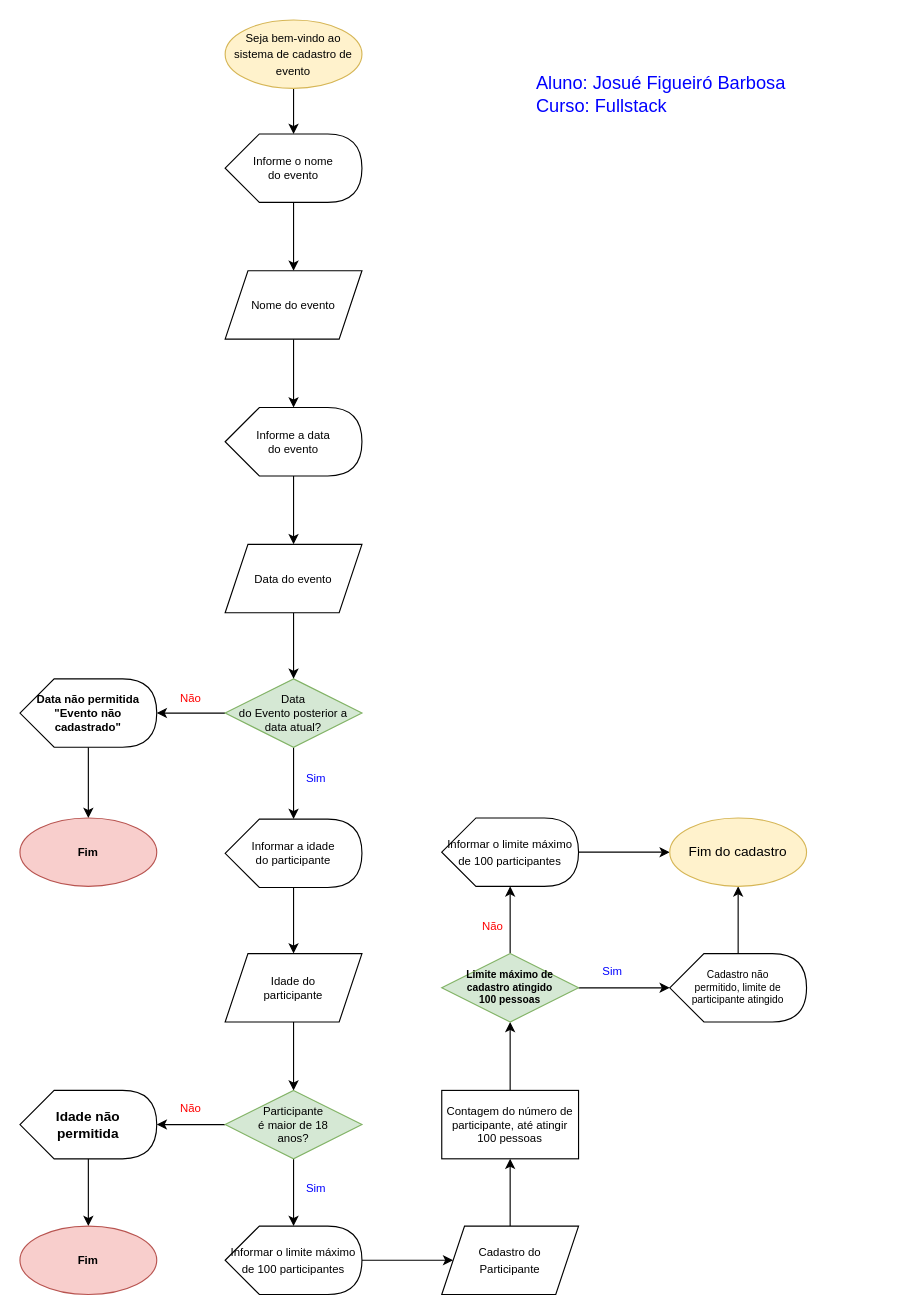
Before: Untitled Diagram.drawio in BarbosaJosue/senai-versoes-colaboracoes, a draw.io diagram. Source tidied: cells renumbered, new cells numbered last; positions are measured from the earlier drawing's top-left corner, leaving out a move shared by most shapes. Both pictures are drawn from the tidied source at 114%, with x=0, y=0 at pixel (19, 19).
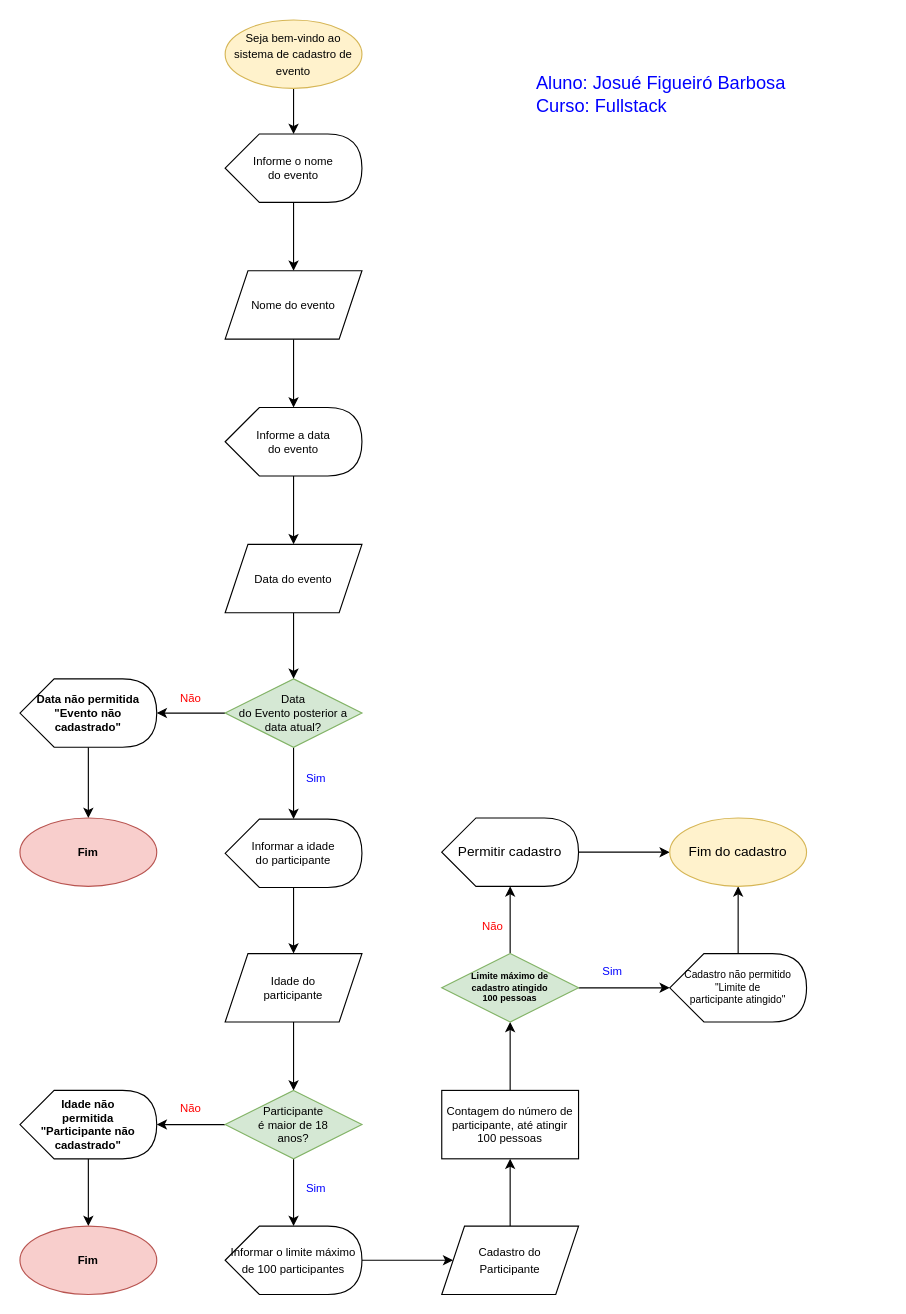
The same page after the edit.

Commit message:
Fluxograma de Cadatro de Eventos.drawio

What changed in the source:
```diff
@@
-    <mxCell id="25" value="&lt;div style=&quot;font-size: 9px&quot; align=&quot;center&quot;&gt;&lt;font style=&quot;font-size: 9px&quot;&gt;Cadastro não &lt;br&gt;&lt;/font&gt;&lt;/div&gt;&lt;div style=&quot;font-size: 9px&quot; align=&quot;center&quot;&gt;&lt;font style=&quot;font-size: 9px&quot;&gt;permitido, limite de&lt;/font&gt;&lt;/div&gt;&lt;div style=&quot;font-size: 9px&quot; align=&quot;center&quot;&gt;&lt;font style=&quot;font-size: 9px&quot;&gt;participante atingido&lt;/font&gt;&lt;/div&gt;" style="shape=display;whiteSpace=wrap;html=1;align=center;" parent="1" vertex="1">
+    <mxCell id="25" value="&lt;div style=&quot;font-size: 9px&quot; align=&quot;center&quot;&gt;&lt;font style=&quot;font-size: 9px&quot;&gt;Cadastro não permitido&lt;/font&gt;&lt;/div&gt;&lt;div style=&quot;font-size: 9px&quot; align=&quot;center&quot;&gt;&lt;font style=&quot;font-size: 9px&quot;&gt;&quot;Limite de&lt;/font&gt;&lt;/div&gt;&lt;div style=&quot;font-size: 9px&quot; align=&quot;center&quot;&gt;&lt;font style=&quot;font-size: 9px&quot;&gt;participante atingido&quot;&lt;/font&gt;&lt;/div&gt;" style="shape=display;whiteSpace=wrap;html=1;align=center;" parent="1" vertex="1">
       <mxGeometry x="570" y="819" width="120" height="60" as="geometry" />
     </mxCell>
@@
-    <mxCell id="32" value="&lt;div&gt;&lt;b&gt;Idade não&lt;/b&gt;&lt;/div&gt;&lt;div&gt;&lt;b&gt;permitida&lt;br&gt;&lt;/b&gt;&lt;/div&gt;" style="shape=display;whiteSpace=wrap;html=1;" parent="1" vertex="1">
+    <mxCell id="32" value="&lt;div style=&quot;font-size: 10px&quot;&gt;&lt;font style=&quot;font-size: 10px&quot;&gt;&lt;b&gt;Idade não&lt;/b&gt;&lt;/font&gt;&lt;/div&gt;&lt;div style=&quot;font-size: 10px&quot;&gt;&lt;font style=&quot;font-size: 10px&quot;&gt;&lt;b&gt;permitida&lt;/b&gt;&lt;/font&gt;&lt;/div&gt;&lt;div style=&quot;font-size: 10px&quot;&gt;&lt;font style=&quot;font-size: 10px&quot;&gt;&lt;b&gt;&quot;Participante não cadastrado&quot;&lt;br&gt;&lt;/b&gt;&lt;/font&gt;&lt;/div&gt;" style="shape=display;whiteSpace=wrap;html=1;" parent="1" vertex="1">
       <mxGeometry y="939" width="120" height="60" as="geometry" />
     </mxCell>
@@
-    <mxCell id="42" value="&lt;div style=&quot;font-size: 9px&quot;&gt;&lt;font style=&quot;font-size: 9px&quot;&gt;&lt;b&gt;&lt;font style=&quot;font-size: 9px&quot;&gt;Limite máximo de &lt;br&gt;&lt;/font&gt;&lt;/b&gt;&lt;/font&gt;&lt;/div&gt;&lt;div style=&quot;font-size: 9px&quot;&gt;&lt;font style=&quot;font-size: 9px&quot;&gt;&lt;b&gt;&lt;font style=&quot;font-size: 9px&quot;&gt;cadastro atingido&lt;/font&gt;&lt;/b&gt;&lt;/font&gt;&lt;/div&gt;&lt;div style=&quot;font-size: 9px&quot;&gt;&lt;font style=&quot;font-size: 9px&quot;&gt;&lt;b&gt;&lt;font style=&quot;font-size: 9px&quot;&gt;100 pessoas&lt;br&gt;&lt;/font&gt;&lt;/b&gt;&lt;/font&gt;&lt;/div&gt;" style="rhombus;whiteSpace=wrap;html=1;fillColor=#d5e8d4;strokeColor=#82b366;" parent="1" vertex="1">
+    <mxCell id="42" value="&lt;div style=&quot;font-size: 8px&quot;&gt;&lt;font style=&quot;font-size: 8px&quot;&gt;&lt;b&gt;&lt;font style=&quot;font-size: 8px&quot;&gt;Limite máximo de &lt;br&gt;&lt;/font&gt;&lt;/b&gt;&lt;/font&gt;&lt;/div&gt;&lt;div style=&quot;font-size: 8px&quot;&gt;&lt;font style=&quot;font-size: 8px&quot;&gt;&lt;b&gt;&lt;font style=&quot;font-size: 8px&quot;&gt;cadastro atingido&lt;/font&gt;&lt;/b&gt;&lt;/font&gt;&lt;/div&gt;&lt;div style=&quot;font-size: 8px&quot;&gt;&lt;font style=&quot;font-size: 8px&quot;&gt;&lt;b&gt;&lt;font style=&quot;font-size: 8px&quot;&gt;100 pessoas&lt;br&gt;&lt;/font&gt;&lt;/b&gt;&lt;/font&gt;&lt;/div&gt;" style="rhombus;whiteSpace=wrap;html=1;fillColor=#d5e8d4;strokeColor=#82b366;" parent="1" vertex="1">
       <mxGeometry x="370" y="819" width="120" height="60" as="geometry" />
     </mxCell>
@@
-    <mxCell id="44" value="&lt;font style=&quot;font-size: 10px&quot;&gt;Informar o limite máximo de 100 participantes&lt;/font&gt;" style="shape=display;whiteSpace=wrap;html=1;" parent="1" vertex="1">
+    <mxCell id="44" value="Permitir cadastro" style="shape=display;whiteSpace=wrap;html=1;" parent="1" vertex="1">
       <mxGeometry x="370" y="700" width="120" height="60" as="geometry" />
     </mxCell>
```
